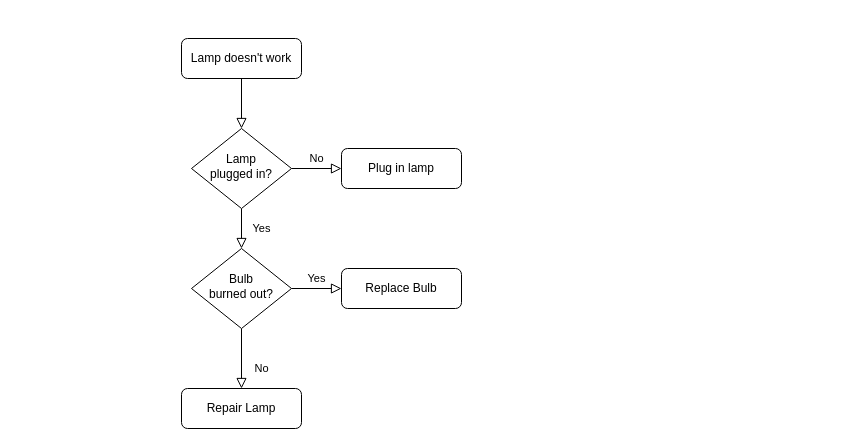
Earlier version of the draw.io diagram Assignment-Details.drawio (mbrady33/cis129-projects). Source tidied: cells renumbered, new cells numbered last; positions are measured from the earlier drawing's top-left corner, leaving out a move shared by most shapes. Both pictures are drawn from the tidied source at 100%, with x=0, y=0 at pixel (181, 38).
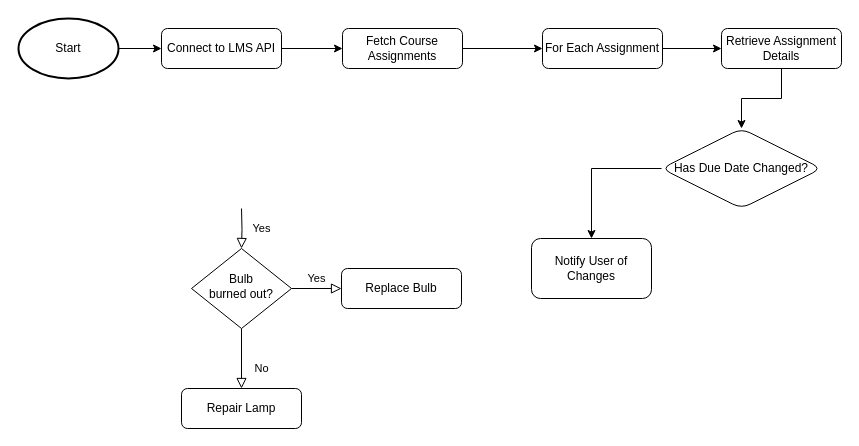
After the change.

Unchanged cells that the change refers to:
```xml
<mxCell id="10" value="Bulb&lt;br&gt;burned out?" style="rhombus;whiteSpace=wrap;html=1;shadow=0;fontFamily=Helvetica;fontSize=12;align=center;strokeWidth=1;spacing=6;spacingTop=-4;" parent="1" vertex="1">
  <mxGeometry x="10" y="210" width="100" height="80" as="geometry" />
</mxCell>
```

Diff of the diagram source:
```diff
@@
-    <mxCell id="2" style="rounded=0;html=1;jettySize=auto;fontSize=11;endArrow=block;endFill=0;endSize=8;strokeWidth=1;shadow=0;labelBackgroundColor=none;edgeStyle=orthogonalEdgeStyle;" parent="1" edge="1" source="3" target="6">
-      <mxGeometry relative="1" as="geometry" />
-    </mxCell>
-    <mxCell id="3" value="Lamp doesn't work" style="rounded=1;whiteSpace=wrap;html=1;fontSize=12;glass=0;strokeWidth=1;shadow=0;" parent="1" vertex="1">
-      <mxGeometry width="120" height="40" as="geometry" />
-    </mxCell>
-    <mxCell id="4" value="Yes" style="rounded=0;html=1;jettySize=auto;fontSize=11;endArrow=block;endFill=0;endSize=8;strokeWidth=1;shadow=0;labelBackgroundColor=none;edgeStyle=orthogonalEdgeStyle;" parent="1" edge="1" source="6" target="10">
-      <mxGeometry y="20" relative="1" as="geometry" />
+    <mxCell id="4" value="Yes" style="rounded=0;html=1;jettySize=auto;fontSize=11;endArrow=block;endFill=0;endSize=8;strokeWidth=1;shadow=0;labelBackgroundColor=none;edgeStyle=orthogonalEdgeStyle;" parent="1" edge="1" target="10">
+      <mxGeometry y="20" relative="1" as="geometry">
+        <mxPoint x="60" y="170" as="sourcePoint" />
+      </mxGeometry>
     </mxCell>
-    <mxCell id="5" value="No" style="edgeStyle=orthogonalEdgeStyle;rounded=0;html=1;jettySize=auto;fontSize=11;endArrow=block;endFill=0;endSize=8;strokeWidth=1;shadow=0;labelBackgroundColor=none;" parent="1" edge="1" source="6" target="7">
-      <mxGeometry y="10" relative="1" as="geometry" />
-    </mxCell>
-    <mxCell id="6" value="Lamp&lt;br&gt;plugged in?" style="rhombus;whiteSpace=wrap;html=1;shadow=0;fontFamily=Helvetica;fontSize=12;align=center;strokeWidth=1;spacing=6;spacingTop=-4;" parent="1" vertex="1">
-      <mxGeometry x="10" y="90" width="100" height="80" as="geometry" />
-    </mxCell>
+    <mxCell id="13" style="edgeStyle=orthogonalEdgeStyle;rounded=0;jettySize=auto;html=1;" parent="1" edge="1" source="7" target="17">
+      <mxGeometry relative="1" as="geometry" />
+    </mxCell>
-    <mxCell id="7" value="Plug in lamp" style="rounded=1;whiteSpace=wrap;html=1;fontSize=12;glass=0;strokeWidth=1;shadow=0;" parent="1" vertex="1">
-      <mxGeometry x="160" y="110" width="120" height="40" as="geometry" />
+    <mxCell id="7" value="Connect to LMS API" style="rounded=1;whiteSpace=wrap;html=1;fontSize=12;glass=0;strokeWidth=1;shadow=0;" parent="1" vertex="1">
+      <mxGeometry x="-20" y="-10" width="120" height="40" as="geometry" />
     </mxCell>
@@
+    <mxCell id="14" style="edgeStyle=orthogonalEdgeStyle;rounded=0;jettySize=auto;html=1;" parent="1" edge="1" source="15" target="7">
+      <mxGeometry relative="1" as="geometry" />
+    </mxCell>
+    <mxCell id="15" value="Start" style="strokeWidth=2;html=1;shape=mxgraph.flowchart.start_1;whiteSpace=wrap;" parent="1" vertex="1">
+      <mxGeometry x="-163" y="-20" width="100" height="60" as="geometry" />
+    </mxCell>
+    <mxCell id="16" style="edgeStyle=orthogonalEdgeStyle;rounded=0;jettySize=auto;html=1;" parent="1" edge="1" source="17" target="19">
+      <mxGeometry relative="1" as="geometry" />
+    </mxCell>
+    <mxCell id="17" value="Fetch Course Assignments" style="rounded=1;whiteSpace=wrap;html=1;fontSize=12;glass=0;strokeWidth=1;shadow=0;" parent="1" vertex="1">
+      <mxGeometry x="161" y="-10" width="120" height="40" as="geometry" />
+    </mxCell>
+    <mxCell id="18" style="edgeStyle=orthogonalEdgeStyle;rounded=0;jettySize=auto;html=1;" parent="1" edge="1" source="19" target="21">
+      <mxGeometry relative="1" as="geometry" />
+    </mxCell>
+    <mxCell id="19" value="For Each Assignment" style="rounded=1;whiteSpace=wrap;html=1;fontSize=12;glass=0;strokeWidth=1;shadow=0;" parent="1" vertex="1">
+      <mxGeometry x="361" y="-10" width="120" height="40" as="geometry" />
+    </mxCell>
+    <mxCell id="20" style="edgeStyle=orthogonalEdgeStyle;rounded=0;jettySize=auto;html=1;" parent="1" edge="1" source="21" target="23">
+      <mxGeometry relative="1" as="geometry" />
+    </mxCell>
+    <mxCell id="21" value="Retrieve Assignment Details" style="rounded=1;whiteSpace=wrap;html=1;fontSize=12;glass=0;strokeWidth=1;shadow=0;" parent="1" vertex="1">
+      <mxGeometry x="540" y="-10" width="120" height="40" as="geometry" />
+    </mxCell>
+    <mxCell id="22" style="edgeStyle=orthogonalEdgeStyle;rounded=0;jettySize=auto;html=1;" parent="1" edge="1" source="23" target="24">
+      <mxGeometry relative="1" as="geometry" />
+    </mxCell>
+    <mxCell id="23" value="Has Due Date Changed?" style="rhombus;whiteSpace=wrap;html=1;rounded=1;glass=0;strokeWidth=1;shadow=0;" parent="1" vertex="1">
+      <mxGeometry x="480" y="90" width="160" height="80" as="geometry" />
+    </mxCell>
+    <mxCell id="24" value="Notify User of Changes" style="whiteSpace=wrap;html=1;rounded=1;glass=0;strokeWidth=1;shadow=0;" parent="1" vertex="1">
+      <mxGeometry x="350" y="200" width="120" height="60" as="geometry" />
+    </mxCell>
```
